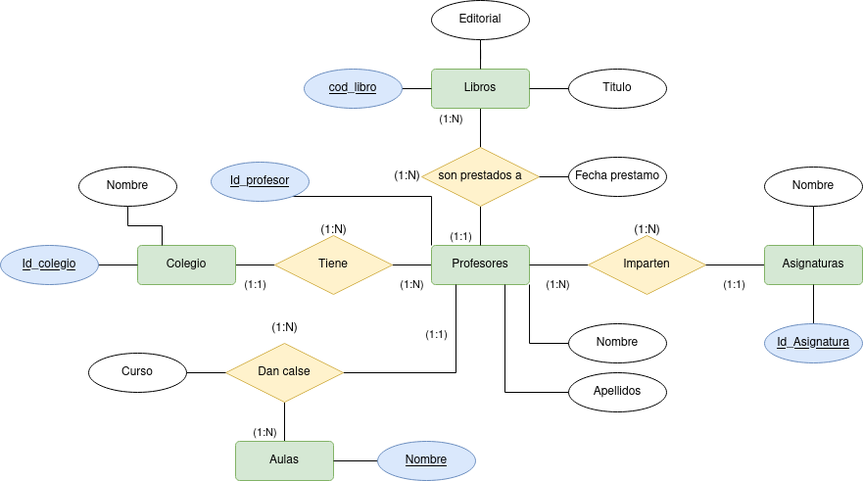
Before: tareas base de datos/Tareas_Normalizacion/Examen/DiagramaExamen.drawio.png, a diagram exported from draw.io (Angel-L-G/Base-Datos). Source tidied: cells renumbered, new cells last; positions are measured from the earlier drawing's top-left corner, leaving out a move shared by most shapes.
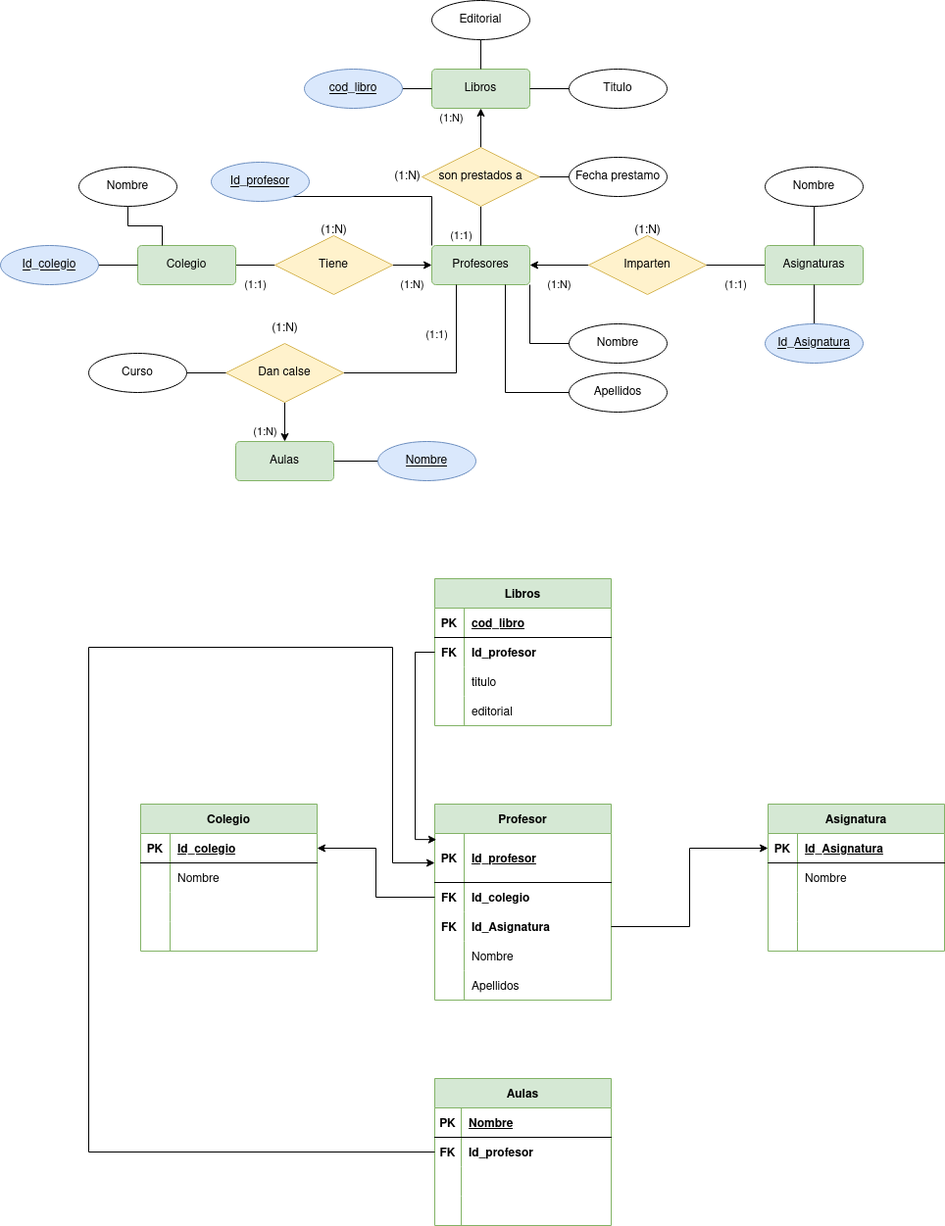
Later version of the same file.

Change to the diagram source:
```diff
@@ -18,7 +18,7 @@
     <mxCell id="5" value="Colegio" style="rounded=1;arcSize=10;whiteSpace=wrap;html=1;align=center;fillColor=#d5e8d4;strokeColor=#82b366;" parent="1" vertex="1">
       <mxGeometry x="140" y="250" width="100" height="40" as="geometry" />
     </mxCell>
-    <mxCell id="6" value="(1:N)" style="edgeStyle=orthogonalEdgeStyle;rounded=0;jettySize=auto;html=1;endArrow=none;endFill=0;" parent="1" edge="1" source="7" target="8">
+    <mxCell id="6" value="(1:N)" style="edgeStyle=orthogonalEdgeStyle;rounded=0;jettySize=auto;html=1;endArrow=classic;endFill=1;startArrow=none;startFill=0;" parent="1" edge="1" source="7" target="8">
       <mxGeometry y="-20" relative="1" as="geometry" />
     </mxCell>
     <mxCell id="7" value="Tiene" style="shape=rhombus;perimeter=rhombusPerimeter;whiteSpace=wrap;html=1;align=center;fillColor=#fff2cc;strokeColor=#d6b656;" parent="1" vertex="1">
@@ -27,7 +27,7 @@
     <mxCell id="8" value="Profesores" style="rounded=1;arcSize=10;whiteSpace=wrap;html=1;align=center;fillColor=#d5e8d4;strokeColor=#82b366;" parent="1" vertex="1">
       <mxGeometry x="440" y="250" width="100" height="40" as="geometry" />
     </mxCell>
-    <mxCell id="9" value="(1:N)" style="edgeStyle=orthogonalEdgeStyle;rounded=0;jettySize=auto;html=1;endArrow=none;endFill=0;" parent="1" edge="1" source="10" target="8">
+    <mxCell id="9" value="(1:N)" style="edgeStyle=orthogonalEdgeStyle;rounded=0;jettySize=auto;html=1;endArrow=classic;endFill=1;startArrow=none;startFill=0;" parent="1" edge="1" source="10" target="8">
       <mxGeometry y="20" relative="1" as="geometry" />
     </mxCell>
     <mxCell id="10" value="Imparten" style="shape=rhombus;perimeter=rhombusPerimeter;whiteSpace=wrap;html=1;align=center;fillColor=#fff2cc;strokeColor=#d6b656;" parent="1" vertex="1">
@@ -42,7 +42,7 @@
     <mxCell id="13" value="(1:1)" style="edgeStyle=orthogonalEdgeStyle;rounded=0;jettySize=auto;html=1;endArrow=none;endFill=0;entryX=0.25;entryY=1;entryDx=0;entryDy=0;" parent="1" edge="1" source="15" target="8">
       <mxGeometry x="0.5" y="20" relative="1" as="geometry" />
     </mxCell>
-    <mxCell id="14" value="(1:N)" style="edgeStyle=orthogonalEdgeStyle;rounded=0;jettySize=auto;html=1;endArrow=none;endFill=0;" parent="1" edge="1" source="15" target="16">
+    <mxCell id="14" value="(1:N)" style="edgeStyle=orthogonalEdgeStyle;rounded=0;jettySize=auto;html=1;endArrow=classic;endFill=1;startArrow=none;startFill=0;" parent="1" edge="1" source="15" target="16">
       <mxGeometry x="0.5" y="-20" relative="1" as="geometry" />
     </mxCell>
     <mxCell id="15" value="Dan calse" style="shape=rhombus;perimeter=rhombusPerimeter;whiteSpace=wrap;html=1;align=center;fillColor=#fff2cc;strokeColor=#d6b656;" parent="1" vertex="1">
@@ -51,7 +51,7 @@
     <mxCell id="16" value="Aulas" style="rounded=1;arcSize=10;whiteSpace=wrap;html=1;align=center;fillColor=#d5e8d4;strokeColor=#82b366;" parent="1" vertex="1">
       <mxGeometry x="240" y="450" width="100" height="40" as="geometry" />
     </mxCell>
-    <mxCell id="17" value="(1:N)" style="edgeStyle=orthogonalEdgeStyle;rounded=0;jettySize=auto;html=1;endArrow=none;endFill=0;" parent="1" edge="1" source="18" target="20">
+    <mxCell id="17" value="(1:N)" style="edgeStyle=orthogonalEdgeStyle;rounded=0;jettySize=auto;html=1;endArrow=none;endFill=0;startArrow=classic;startFill=1;" parent="1" edge="1" source="18" target="20">
       <mxGeometry x="-0.5" y="-30" relative="1" as="geometry" />
     </mxCell>
     <mxCell id="18" value="Libros" style="rounded=1;arcSize=10;whiteSpace=wrap;html=1;align=center;fillColor=#d5e8d4;strokeColor=#82b366;" parent="1" vertex="1">
@@ -147,5 +147,228 @@
     <mxCell id="48" value="Nombre" style="ellipse;whiteSpace=wrap;html=1;align=center;" parent="1" vertex="1">
       <mxGeometry x="80" y="170" width="100" height="40" as="geometry" />
     </mxCell>
+    <mxCell id="49" value="Colegio" style="shape=table;startSize=30;rowLines=0;fontStyle=1;align=center;fillColor=#d5e8d4;strokeColor=#82b366;" parent="1" vertex="1">
+      <mxGeometry x="143" y="820" width="180" height="150" as="geometry" />
+    </mxCell>
+    <mxCell id="50" style="shape=tableRow;horizontal=0;startSize=0;swimlaneHead=0;swimlaneBody=0;fillColor=none;points=[[0,0.5],[1,0.5]];portConstraint=eastwest;top=0;left=0;right=0;bottom=1;" parent="49" vertex="1">
+      <mxGeometry y="30" width="180" height="30" as="geometry" />
+    </mxCell>
+    <mxCell id="51" value="PK" style="shape=partialRectangle;fillColor=none;top=0;left=0;bottom=0;right=0;fontStyle=1;overflow=hidden;" parent="50" vertex="1">
+      <mxGeometry width="30" height="30" as="geometry" />
+    </mxCell>
+    <mxCell id="52" value="Id_colegio" style="shape=partialRectangle;fillColor=none;top=0;left=0;bottom=0;right=0;align=left;spacingLeft=6;fontStyle=5;overflow=hidden;" parent="50" vertex="1">
+      <mxGeometry x="30" width="150" height="30" as="geometry" />
+    </mxCell>
+    <mxCell id="53" style="shape=tableRow;horizontal=0;startSize=0;swimlaneHead=0;swimlaneBody=0;fillColor=none;top=0;left=0;right=0;bottom=0;" parent="49" vertex="1">
+      <mxGeometry y="60" width="180" height="30" as="geometry" />
+    </mxCell>
+    <mxCell id="54" style="shape=partialRectangle;fillColor=none;top=0;left=0;bottom=0;right=0;overflow=hidden;" parent="53" vertex="1">
+      <mxGeometry width="30" height="30" as="geometry" />
+    </mxCell>
+    <mxCell id="55" value="Nombre" style="shape=partialRectangle;fillColor=none;top=0;left=0;bottom=0;right=0;align=left;spacingLeft=6;overflow=hidden;" parent="53" vertex="1">
+      <mxGeometry x="30" width="150" height="30" as="geometry" />
+    </mxCell>
+    <mxCell id="56" style="shape=tableRow;horizontal=0;startSize=0;swimlaneHead=0;swimlaneBody=0;fillColor=none;top=0;left=0;right=0;bottom=0;" parent="49" vertex="1">
+      <mxGeometry y="90" width="180" height="30" as="geometry" />
+    </mxCell>
+    <mxCell id="57" style="shape=partialRectangle;fillColor=none;top=0;left=0;bottom=0;right=0;overflow=hidden;" parent="56" vertex="1">
+      <mxGeometry width="30" height="30" as="geometry" />
+    </mxCell>
+    <mxCell id="58" style="shape=partialRectangle;fillColor=none;top=0;left=0;bottom=0;right=0;align=left;spacingLeft=6;overflow=hidden;" parent="56" vertex="1">
+      <mxGeometry x="30" width="150" height="30" as="geometry" />
+    </mxCell>
+    <mxCell id="59" style="shape=tableRow;horizontal=0;startSize=0;swimlaneHead=0;swimlaneBody=0;fillColor=none;top=0;left=0;right=0;bottom=0;" parent="49" vertex="1">
+      <mxGeometry y="120" width="180" height="30" as="geometry" />
+    </mxCell>
+    <mxCell id="60" style="shape=partialRectangle;fillColor=none;top=0;left=0;bottom=0;right=0;overflow=hidden;" parent="59" vertex="1">
+      <mxGeometry width="30" height="30" as="geometry" />
+    </mxCell>
+    <mxCell id="61" style="shape=partialRectangle;fillColor=none;top=0;left=0;bottom=0;right=0;align=left;spacingLeft=6;overflow=hidden;" parent="59" vertex="1">
+      <mxGeometry x="30" width="150" height="30" as="geometry" />
+    </mxCell>
+    <mxCell id="62" value="Profesor" style="shape=table;startSize=30;rowLines=0;fontStyle=1;align=center;fillColor=#d5e8d4;strokeColor=#82b366;" parent="1" vertex="1">
+      <mxGeometry x="443" y="820" width="180" height="200" as="geometry" />
+    </mxCell>
+    <mxCell id="63" style="shape=tableRow;horizontal=0;startSize=0;swimlaneHead=0;swimlaneBody=0;fillColor=none;points=[[0,0.5],[1,0.5]];portConstraint=eastwest;top=0;left=0;right=0;bottom=1;" parent="62" vertex="1">
+      <mxGeometry y="30" width="180" height="50" as="geometry" />
+    </mxCell>
+    <mxCell id="64" value="PK" style="shape=partialRectangle;fillColor=none;top=0;left=0;bottom=0;right=0;fontStyle=1;overflow=hidden;" parent="63" vertex="1">
+      <mxGeometry width="30" height="50" as="geometry" />
+    </mxCell>
+    <mxCell id="65" value="Id_profesor" style="shape=partialRectangle;fillColor=none;top=0;left=0;bottom=0;right=0;align=left;spacingLeft=6;fontStyle=5;overflow=hidden;" parent="63" vertex="1">
+      <mxGeometry x="30" width="150" height="50" as="geometry" />
+    </mxCell>
+    <mxCell id="66" style="shape=tableRow;horizontal=0;startSize=0;swimlaneHead=0;swimlaneBody=0;fillColor=none;points=[[0,0.5],[1,0.5]];portConstraint=eastwest;top=0;left=0;right=0;bottom=0;" parent="62" vertex="1">
+      <mxGeometry y="80" width="180" height="30" as="geometry" />
+    </mxCell>
+    <mxCell id="67" value="FK" style="shape=partialRectangle;fillColor=none;top=0;left=0;bottom=0;right=0;overflow=hidden;fontStyle=1;" parent="66" vertex="1">
+      <mxGeometry width="30" height="30" as="geometry" />
+    </mxCell>
+    <mxCell id="68" value="Id_colegio" style="shape=partialRectangle;fillColor=none;top=0;left=0;bottom=0;right=0;align=left;spacingLeft=6;overflow=hidden;fontStyle=1;" parent="66" vertex="1">
+      <mxGeometry x="30" width="150" height="30" as="geometry" />
+    </mxCell>
+    <mxCell id="69" style="shape=tableRow;horizontal=0;startSize=0;swimlaneHead=0;swimlaneBody=0;fillColor=none;points=[[0,0.5],[1,0.5]];portConstraint=eastwest;top=0;left=0;right=0;bottom=0;" parent="62" vertex="1">
+      <mxGeometry y="110" width="180" height="30" as="geometry" />
+    </mxCell>
+    <mxCell id="70" value="FK" style="shape=partialRectangle;fillColor=none;top=0;left=0;bottom=0;right=0;overflow=hidden;fontStyle=1;" parent="69" vertex="1">
+      <mxGeometry width="30" height="30" as="geometry" />
+    </mxCell>
+    <mxCell id="71" value="Id_Asignatura" style="shape=partialRectangle;fillColor=none;top=0;left=0;bottom=0;right=0;align=left;spacingLeft=6;overflow=hidden;fontStyle=1;" parent="69" vertex="1">
+      <mxGeometry x="30" width="150" height="30" as="geometry" />
+    </mxCell>
+    <mxCell id="72" style="shape=tableRow;horizontal=0;startSize=0;swimlaneHead=0;swimlaneBody=0;fillColor=none;top=0;left=0;right=0;bottom=0;" parent="62" vertex="1">
+      <mxGeometry y="140" width="180" height="30" as="geometry" />
+    </mxCell>
+    <mxCell id="73" style="shape=partialRectangle;fillColor=none;top=0;left=0;bottom=0;right=0;overflow=hidden;" parent="72" vertex="1">
+      <mxGeometry width="30" height="30" as="geometry" />
+    </mxCell>
+    <mxCell id="74" value="Nombre" style="shape=partialRectangle;fillColor=none;top=0;left=0;bottom=0;right=0;align=left;spacingLeft=6;overflow=hidden;" parent="72" vertex="1">
+      <mxGeometry x="30" width="150" height="30" as="geometry" />
+    </mxCell>
+    <mxCell id="75" style="shape=tableRow;horizontal=0;startSize=0;swimlaneHead=0;swimlaneBody=0;fillColor=none;top=0;left=0;right=0;bottom=0;" parent="62" vertex="1">
+      <mxGeometry y="170" width="180" height="30" as="geometry" />
+    </mxCell>
+    <mxCell id="76" style="shape=partialRectangle;fillColor=none;top=0;left=0;bottom=0;right=0;overflow=hidden;" parent="75" vertex="1">
+      <mxGeometry width="30" height="30" as="geometry" />
+    </mxCell>
+    <mxCell id="77" value="Apellidos" style="shape=partialRectangle;fillColor=none;top=0;left=0;bottom=0;right=0;align=left;spacingLeft=6;overflow=hidden;" parent="75" vertex="1">
+      <mxGeometry x="30" width="150" height="30" as="geometry" />
+    </mxCell>
+    <mxCell id="78" value="Asignatura" style="shape=table;startSize=30;rowLines=0;fontStyle=1;align=center;fillColor=#d5e8d4;strokeColor=#82b366;" parent="1" vertex="1">
+      <mxGeometry x="783" y="820" width="180" height="150" as="geometry" />
+    </mxCell>
+    <mxCell id="79" style="shape=tableRow;horizontal=0;startSize=0;swimlaneHead=0;swimlaneBody=0;fillColor=none;points=[[0,0.5],[1,0.5]];portConstraint=eastwest;top=0;left=0;right=0;bottom=1;" parent="78" vertex="1">
+      <mxGeometry y="30" width="180" height="30" as="geometry" />
+    </mxCell>
+    <mxCell id="80" value="PK" style="shape=partialRectangle;fillColor=none;top=0;left=0;bottom=0;right=0;fontStyle=1;overflow=hidden;" parent="79" vertex="1">
+      <mxGeometry width="30" height="30" as="geometry" />
+    </mxCell>
+    <mxCell id="81" value="Id_Asignatura" style="shape=partialRectangle;fillColor=none;top=0;left=0;bottom=0;right=0;align=left;spacingLeft=6;fontStyle=5;overflow=hidden;" parent="79" vertex="1">
+      <mxGeometry x="30" width="150" height="30" as="geometry" />
+    </mxCell>
+    <mxCell id="82" style="shape=tableRow;horizontal=0;startSize=0;swimlaneHead=0;swimlaneBody=0;fillColor=none;top=0;left=0;right=0;bottom=0;" parent="78" vertex="1">
+      <mxGeometry y="60" width="180" height="30" as="geometry" />
+    </mxCell>
+    <mxCell id="83" style="shape=partialRectangle;fillColor=none;top=0;left=0;bottom=0;right=0;overflow=hidden;" parent="82" vertex="1">
+      <mxGeometry width="30" height="30" as="geometry" />
+    </mxCell>
+    <mxCell id="84" value="Nombre" style="shape=partialRectangle;fillColor=none;top=0;left=0;bottom=0;right=0;align=left;spacingLeft=6;overflow=hidden;" parent="82" vertex="1">
+      <mxGeometry x="30" width="150" height="30" as="geometry" />
+    </mxCell>
+    <mxCell id="85" style="shape=tableRow;horizontal=0;startSize=0;swimlaneHead=0;swimlaneBody=0;fillColor=none;top=0;left=0;right=0;bottom=0;" parent="78" vertex="1">
+      <mxGeometry y="90" width="180" height="30" as="geometry" />
+    </mxCell>
+    <mxCell id="86" style="shape=partialRectangle;fillColor=none;top=0;left=0;bottom=0;right=0;overflow=hidden;" parent="85" vertex="1">
+      <mxGeometry width="30" height="30" as="geometry" />
+    </mxCell>
+    <mxCell id="87" style="shape=partialRectangle;fillColor=none;top=0;left=0;bottom=0;right=0;align=left;spacingLeft=6;overflow=hidden;" parent="85" vertex="1">
+      <mxGeometry x="30" width="150" height="30" as="geometry" />
+    </mxCell>
+    <mxCell id="88" style="shape=tableRow;horizontal=0;startSize=0;swimlaneHead=0;swimlaneBody=0;fillColor=none;top=0;left=0;right=0;bottom=0;" parent="78" vertex="1">
+      <mxGeometry y="120" width="180" height="30" as="geometry" />
+    </mxCell>
+    <mxCell id="89" style="shape=partialRectangle;fillColor=none;top=0;left=0;bottom=0;right=0;overflow=hidden;" parent="88" vertex="1">
+      <mxGeometry width="30" height="30" as="geometry" />
+    </mxCell>
+    <mxCell id="90" style="shape=partialRectangle;fillColor=none;top=0;left=0;bottom=0;right=0;align=left;spacingLeft=6;overflow=hidden;" parent="88" vertex="1">
+      <mxGeometry x="30" width="150" height="30" as="geometry" />
+    </mxCell>
+    <mxCell id="91" value="Aulas" style="shape=table;startSize=30;rowLines=0;fontStyle=1;align=center;fillColor=#d5e8d4;strokeColor=#82b366;" parent="1" vertex="1">
+      <mxGeometry x="443" y="1100" width="180" height="150" as="geometry" />
+    </mxCell>
+    <mxCell id="92" style="shape=tableRow;horizontal=0;startSize=0;swimlaneHead=0;swimlaneBody=0;fillColor=none;top=0;left=0;right=0;bottom=1;" parent="91" vertex="1">
+      <mxGeometry y="30" width="180" height="30" as="geometry" />
+    </mxCell>
+    <mxCell id="93" value="PK" style="shape=partialRectangle;fillColor=none;top=0;left=0;bottom=0;right=0;fontStyle=1;overflow=hidden;" parent="92" vertex="1">
+      <mxGeometry width="27" height="30" as="geometry" />
+    </mxCell>
+    <mxCell id="94" value="Nombre" style="shape=partialRectangle;fillColor=none;top=0;left=0;bottom=0;right=0;align=left;spacingLeft=6;fontStyle=5;overflow=hidden;" parent="92" vertex="1">
+      <mxGeometry x="27" width="153" height="30" as="geometry" />
+    </mxCell>
+    <mxCell id="95" style="shape=tableRow;horizontal=0;startSize=0;swimlaneHead=0;swimlaneBody=0;fillColor=none;points=[[0,0.5],[1,0.5]];portConstraint=eastwest;top=0;left=0;right=0;bottom=0;" parent="91" vertex="1">
+      <mxGeometry y="60" width="180" height="30" as="geometry" />
+    </mxCell>
+    <mxCell id="96" value="FK" style="shape=partialRectangle;fillColor=none;top=0;left=0;bottom=0;right=0;overflow=hidden;fontStyle=1;" parent="95" vertex="1">
+      <mxGeometry width="27" height="30" as="geometry" />
+    </mxCell>
+    <mxCell id="97" value="Id_profesor" style="shape=partialRectangle;fillColor=none;top=0;left=0;bottom=0;right=0;align=left;spacingLeft=6;overflow=hidden;fontStyle=1;" parent="95" vertex="1">
+      <mxGeometry x="27" width="153" height="30" as="geometry" />
+    </mxCell>
+    <mxCell id="98" style="shape=tableRow;horizontal=0;startSize=0;swimlaneHead=0;swimlaneBody=0;fillColor=none;top=0;left=0;right=0;bottom=0;" parent="91" vertex="1">
+      <mxGeometry y="90" width="180" height="30" as="geometry" />
+    </mxCell>
+    <mxCell id="99" style="shape=partialRectangle;fillColor=none;top=0;left=0;bottom=0;right=0;overflow=hidden;" parent="98" vertex="1">
+      <mxGeometry width="27" height="30" as="geometry" />
+    </mxCell>
+    <mxCell id="100" style="shape=partialRectangle;fillColor=none;top=0;left=0;bottom=0;right=0;align=left;spacingLeft=6;overflow=hidden;" parent="98" vertex="1">
+      <mxGeometry x="27" width="153" height="30" as="geometry" />
+    </mxCell>
+    <mxCell id="101" style="shape=tableRow;horizontal=0;startSize=0;swimlaneHead=0;swimlaneBody=0;fillColor=none;top=0;left=0;right=0;bottom=0;" parent="91" vertex="1">
+      <mxGeometry y="120" width="180" height="30" as="geometry" />
+    </mxCell>
+    <mxCell id="102" style="shape=partialRectangle;fillColor=none;top=0;left=0;bottom=0;right=0;overflow=hidden;" parent="101" vertex="1">
+      <mxGeometry width="27" height="30" as="geometry" />
+    </mxCell>
+    <mxCell id="103" style="shape=partialRectangle;fillColor=none;top=0;left=0;bottom=0;right=0;align=left;spacingLeft=6;overflow=hidden;" parent="101" vertex="1">
+      <mxGeometry x="27" width="153" height="30" as="geometry" />
+    </mxCell>
+    <mxCell id="104" value="Libros" style="shape=table;startSize=30;rowLines=0;fontStyle=1;align=center;fillColor=#d5e8d4;strokeColor=#82b366;" parent="1" vertex="1">
+      <mxGeometry x="443" y="590" width="180" height="150" as="geometry" />
+    </mxCell>
+    <mxCell id="105" style="shape=tableRow;horizontal=0;startSize=0;swimlaneHead=0;swimlaneBody=0;fillColor=none;top=0;left=0;right=0;bottom=1;" parent="104" vertex="1">
+      <mxGeometry y="30" width="180" height="30" as="geometry" />
+    </mxCell>
+    <mxCell id="106" value="PK" style="shape=partialRectangle;fillColor=none;top=0;left=0;bottom=0;right=0;fontStyle=1;overflow=hidden;" parent="105" vertex="1">
+      <mxGeometry width="30" height="30" as="geometry" />
+    </mxCell>
+    <mxCell id="107" value="cod_libro" style="shape=partialRectangle;fillColor=none;top=0;left=0;bottom=0;right=0;align=left;spacingLeft=6;fontStyle=5;overflow=hidden;" parent="105" vertex="1">
+      <mxGeometry x="30" width="150" height="30" as="geometry" />
+    </mxCell>
+    <mxCell id="108" style="shape=tableRow;horizontal=0;startSize=0;swimlaneHead=0;swimlaneBody=0;fillColor=none;points=[[0,0.5],[1,0.5]];portConstraint=eastwest;top=0;left=0;right=0;bottom=0;" parent="104" vertex="1">
+      <mxGeometry y="60" width="180" height="30" as="geometry" />
+    </mxCell>
+    <mxCell id="109" value="FK" style="shape=partialRectangle;fillColor=none;top=0;left=0;bottom=0;right=0;overflow=hidden;fontStyle=1;" parent="108" vertex="1">
+      <mxGeometry width="30" height="30" as="geometry" />
+    </mxCell>
+    <mxCell id="110" value="Id_profesor" style="shape=partialRectangle;fillColor=none;top=0;left=0;bottom=0;right=0;align=left;spacingLeft=6;overflow=hidden;fontStyle=1;" parent="108" vertex="1">
+      <mxGeometry x="30" width="150" height="30" as="geometry" />
+    </mxCell>
+    <mxCell id="111" style="shape=tableRow;horizontal=0;startSize=0;swimlaneHead=0;swimlaneBody=0;fillColor=none;top=0;left=0;right=0;bottom=0;" parent="104" vertex="1">
+      <mxGeometry y="90" width="180" height="30" as="geometry" />
+    </mxCell>
+    <mxCell id="112" style="shape=partialRectangle;fillColor=none;top=0;left=0;bottom=0;right=0;overflow=hidden;" parent="111" vertex="1">
+      <mxGeometry width="30" height="30" as="geometry" />
+    </mxCell>
+    <mxCell id="113" value="titulo" style="shape=partialRectangle;fillColor=none;top=0;left=0;bottom=0;right=0;align=left;spacingLeft=6;overflow=hidden;" parent="111" vertex="1">
+      <mxGeometry x="30" width="150" height="30" as="geometry" />
+    </mxCell>
+    <mxCell id="114" style="shape=tableRow;horizontal=0;startSize=0;swimlaneHead=0;swimlaneBody=0;fillColor=none;top=0;left=0;right=0;bottom=0;" parent="104" vertex="1">
+      <mxGeometry y="120" width="180" height="30" as="geometry" />
+    </mxCell>
+    <mxCell id="115" style="shape=partialRectangle;fillColor=none;top=0;left=0;bottom=0;right=0;overflow=hidden;" parent="114" vertex="1">
+      <mxGeometry width="30" height="30" as="geometry" />
+    </mxCell>
+    <mxCell id="116" value="editorial" style="shape=partialRectangle;fillColor=none;top=0;left=0;bottom=0;right=0;align=left;spacingLeft=6;overflow=hidden;" parent="114" vertex="1">
+      <mxGeometry x="30" width="150" height="30" as="geometry" />
+    </mxCell>
+    <mxCell id="117" style="edgeStyle=orthogonalEdgeStyle;rounded=0;jettySize=auto;html=1;entryX=0;entryY=0.5;entryDx=0;entryDy=0;endArrow=none;endFill=0;startArrow=classic;startFill=1;exitX=0.01;exitY=0.123;exitDx=0;exitDy=0;exitPerimeter=0;" parent="1" edge="1" source="63" target="108">
+      <mxGeometry relative="1" as="geometry" />
+    </mxCell>
+    <mxCell id="118" style="edgeStyle=orthogonalEdgeStyle;rounded=0;jettySize=auto;html=1;entryX=1;entryY=0.5;entryDx=0;entryDy=0;startArrow=none;startFill=0;endArrow=classic;endFill=1;" parent="1" edge="1" source="66" target="50">
+      <mxGeometry relative="1" as="geometry" />
+    </mxCell>
+    <mxCell id="119" style="edgeStyle=orthogonalEdgeStyle;rounded=0;jettySize=auto;html=1;startArrow=none;startFill=0;endArrow=classic;endFill=1;" parent="1" edge="1" source="69" target="79">
+      <mxGeometry relative="1" as="geometry" />
+    </mxCell>
+    <mxCell id="120" style="edgeStyle=orthogonalEdgeStyle;rounded=0;jettySize=auto;html=1;startArrow=none;startFill=0;endArrow=classic;endFill=1;" parent="1" edge="1" source="95" target="63">
+      <mxGeometry relative="1" as="geometry">
+        <Array as="points">
+          <mxPoint x="90" y="1175" />
+          <mxPoint x="90" y="660" />
+          <mxPoint x="400" y="660" />
+          <mxPoint x="400" y="880" />
+        </Array>
+      </mxGeometry>
+    </mxCell>
   </root>
 </mxGraphModel>
```
